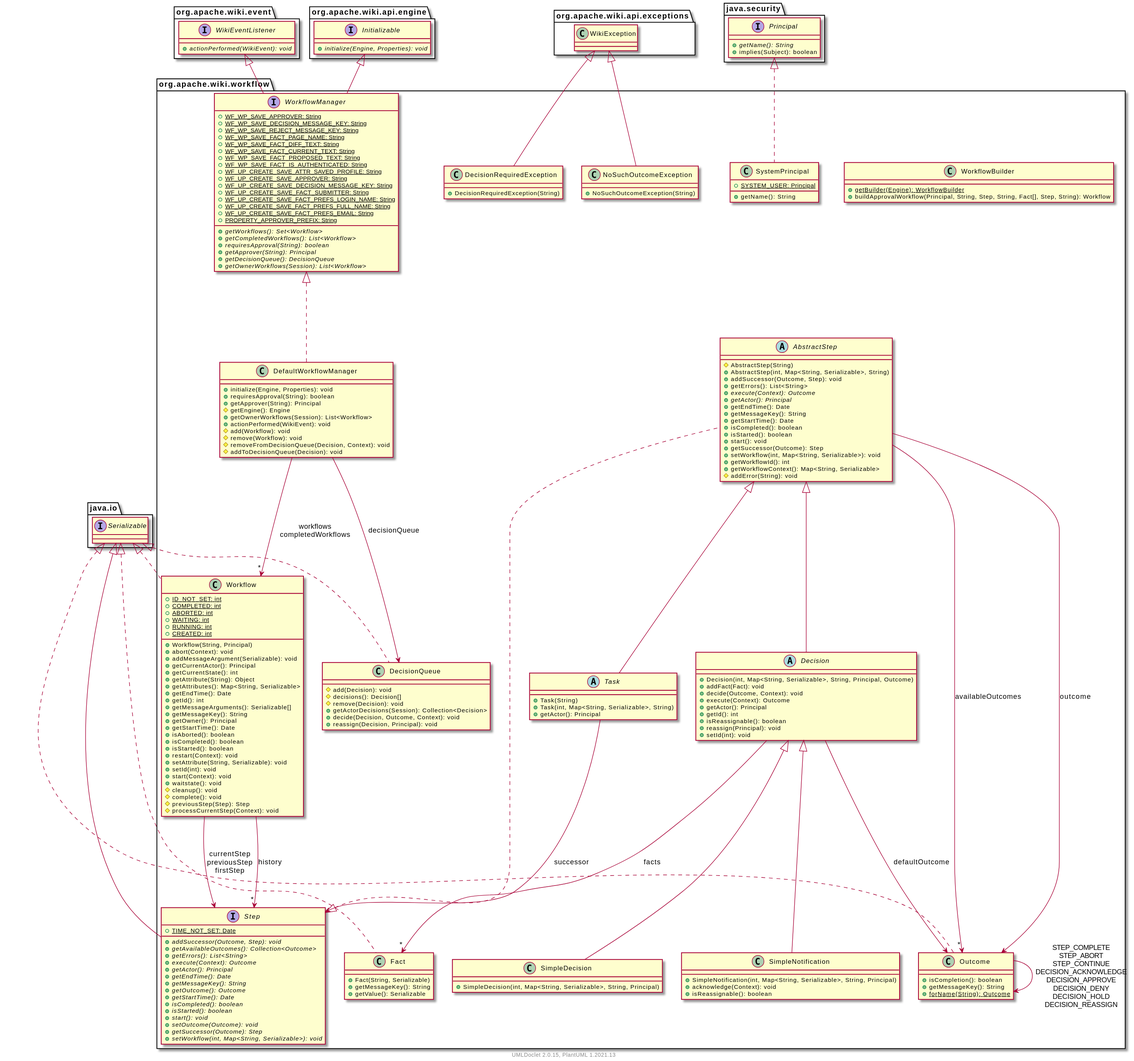
Above: apidocs/2.12.0-SNAPSHOT/org/apache/wiki/workflow/package.svg in apache/jspwiki-site (PlantUML), before the change.
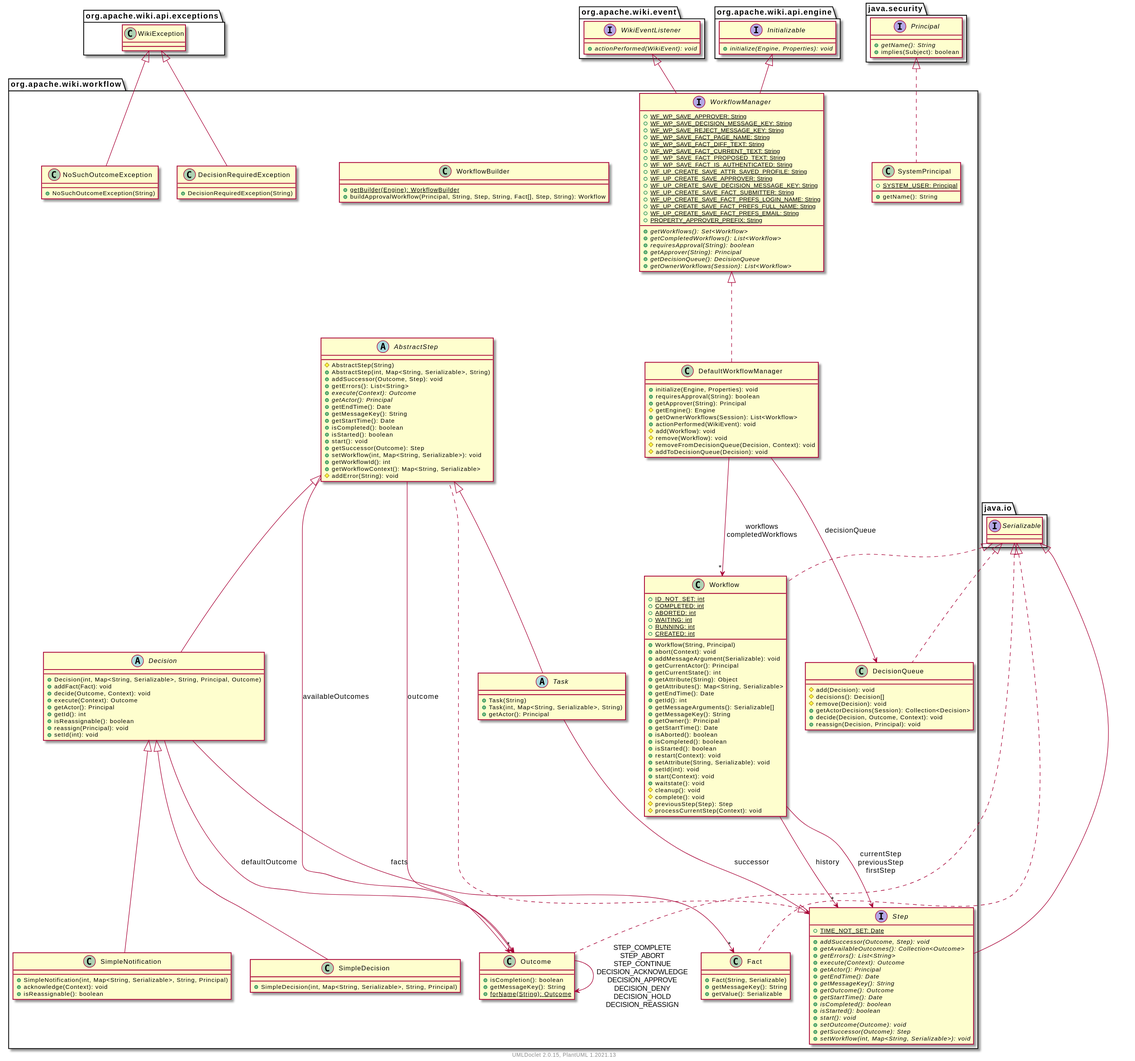
The same file after the commit.

The edit, as a diff of the source:
```diff
@@ -1,10 +1,5 @@
 @startuml
     namespace org.apache.wiki.workflow {
-
-        class WorkflowBuilder [[WorkflowBuilder.html]] {
-            {static} +getBuilder(Engine): WorkflowBuilder
-            +buildApprovalWorkflow(Principal, String, Step, String, Fact[], Step, String): Workflow
-        }
 
         abstract class AbstractStep [[AbstractStep.html]] {
             #AbstractStep(String)
@@ -26,35 +21,14 @@
             #addError(String): void
         }
 
-        class SimpleDecision [[SimpleDecision.html]] {
-            +SimpleDecision(int, Map<String, Serializable>, String, Principal)
+        class Fact [[Fact.html]] {
+            +Fact(String, Serializable)
+            +getMessageKey(): String
+            +getValue(): Serializable
         }
 
-        class DecisionQueue [[DecisionQueue.html]] {
-            #add(Decision): void
-            #decisions(): Decision[]
-            #remove(Decision): void
-            +getActorDecisions(Session): Collection<Decision>
-            +decide(Decision, Outcome, Context): void
-            +reassign(Decision, Principal): void
-        }
-
-        class Outcome [[Outcome.html]] {
-            +isCompletion(): boolean
-            +getMessageKey(): String
-            {static} +forName(String): Outcome
-        }
-
-        abstract class Decision [[Decision.html]] {
-            +Decision(int, Map<String, Serializable>, String, Principal, Outcome)
-            +addFact(Fact): void
-            +decide(Outcome, Context): void
-            +execute(Context): Outcome
-            +getActor(): Principal
-            +getId(): int
-            +isReassignable(): boolean
-            +reassign(Principal): void
-            +setId(int): void
+        class DecisionRequiredException [[DecisionRequiredException.html]] {
+            +DecisionRequiredException(String)
         }
 
         interface WorkflowManager [[WorkflowManager.html]] {
@@ -82,10 +56,9 @@
             {abstract} +getOwnerWorkflows(Session): List<Workflow>
         }
 
-        class SimpleNotification [[SimpleNotification.html]] {
-            +SimpleNotification(int, Map<String, Serializable>, String, Principal)
-            +acknowledge(Context): void
-            +isReassignable(): boolean
+        class WorkflowBuilder [[WorkflowBuilder.html]] {
+            {static} +getBuilder(Engine): WorkflowBuilder
+            +buildApprovalWorkflow(Principal, String, Step, String, Fact[], Step, String): Workflow
         }
 
         class DefaultWorkflowManager [[DefaultWorkflowManager.html]] {
@@ -99,6 +72,71 @@
             #remove(Workflow): void
             #removeFromDecisionQueue(Decision, Context): void
             #addToDecisionQueue(Decision): void
+        }
+
+        class SimpleDecision [[SimpleDecision.html]] {
+            +SimpleDecision(int, Map<String, Serializable>, String, Principal)
+        }
+
+        abstract class Task [[Task.html]] {
+            +Task(String)
+            +Task(int, Map<String, Serializable>, String)
+            +getActor(): Principal
+        }
+
+        class SimpleNotification [[SimpleNotification.html]] {
+            +SimpleNotification(int, Map<String, Serializable>, String, Principal)
+            +acknowledge(Context): void
+            +isReassignable(): boolean
+        }
+
+        class DecisionQueue [[DecisionQueue.html]] {
+            #add(Decision): void
+            #decisions(): Decision[]
+            #remove(Decision): void
+            +getActorDecisions(Session): Collection<Decision>
+            +decide(Decision, Outcome, Context): void
+            +reassign(Decision, Principal): void
+        }
+
+        abstract class Decision [[Decision.html]] {
+            +Decision(int, Map<String, Serializable>, String, Principal, Outcome)
+            +addFact(Fact): void
+            +decide(Outcome, Context): void
+            +execute(Context): Outcome
+            +getActor(): Principal
+            +getId(): int
+            +isReassignable(): boolean
+            +reassign(Principal): void
+            +setId(int): void
+        }
+
+        class NoSuchOutcomeException [[NoSuchOutcomeException.html]] {
+            +NoSuchOutcomeException(String)
+        }
+
+        class SystemPrincipal [[SystemPrincipal.html]] {
+            {static} +SYSTEM_USER: Principal
+            +getName(): String
+        }
+
+        interface Step [[Step.html]] {
+            {static} +TIME_NOT_SET: Date
+            {abstract} +addSuccessor(Outcome, Step): void
+            {abstract} +getAvailableOutcomes(): Collection<Outcome>
+            {abstract} +getErrors(): List<String>
+            {abstract} +execute(Context): Outcome
+            {abstract} +getActor(): Principal
+            {abstract} +getEndTime(): Date
+            {abstract} +getMessageKey(): String
+            {abstract} +getOutcome(): Outcome
+            {abstract} +getStartTime(): Date
+            {abstract} +isCompleted(): boolean
+            {abstract} +isStarted(): boolean
+            {abstract} +start(): void
+            {abstract} +setOutcome(Outcome): void
+            {abstract} +getSuccessor(Outcome): Step
+            {abstract} +setWorkflow(int, Map<String, Serializable>): void
         }
 
         class Workflow [[Workflow.html]] {
@@ -135,80 +173,47 @@
             #processCurrentStep(Context): void
         }
 
-        class NoSuchOutcomeException [[NoSuchOutcomeException.html]] {
-            +NoSuchOutcomeException(String)
-        }
-
-        interface Step [[Step.html]] {
-            {static} +TIME_NOT_SET: Date
-            {abstract} +addSuccessor(Outcome, Step): void
-            {abstract} +getAvailableOutcomes(): Collection<Outcome>
-            {abstract} +getErrors(): List<String>
-            {abstract} +execute(Context): Outcome
-            {abstract} +getActor(): Principal
-            {abstract} +getEndTime(): Date
-            {abstract} +getMessageKey(): String
-            {abstract} +getOutcome(): Outcome
-            {abstract} +getStartTime(): Date
-            {abstract} +isCompleted(): boolean
-            {abstract} +isStarted(): boolean
-            {abstract} +start(): void
-            {abstract} +setOutcome(Outcome): void
-            {abstract} +getSuccessor(Outcome): Step
-            {abstract} +setWorkflow(int, Map<String, Serializable>): void
-        }
-
-        abstract class Task [[Task.html]] {
-            +Task(String)
-            +Task(int, Map<String, Serializable>, String)
-            +getActor(): Principal
-        }
-
-        class DecisionRequiredException [[DecisionRequiredException.html]] {
-            +DecisionRequiredException(String)
-        }
-
-        class Fact [[Fact.html]] {
-            +Fact(String, Serializable)
+        class Outcome [[Outcome.html]] {
+            +isCompletion(): boolean
             +getMessageKey(): String
-            +getValue(): Serializable
-        }
-
-        class SystemPrincipal [[SystemPrincipal.html]] {
-            {static} +SYSTEM_USER: Principal
-            +getName(): String
+            {static} +forName(String): Outcome
         }
 
         Step <|.. AbstractStep
         AbstractStep --> "*" Outcome: availableOutcomes
         AbstractStep --> Outcome: outcome
+        java.io.Serializable <|.. Fact
+        org.apache.wiki.api.exceptions.WikiException <|-- DecisionRequiredException
+        org.apache.wiki.event.WikiEventListener <|-- WorkflowManager
+        org.apache.wiki.api.engine.Initializable <|-- WorkflowManager
+        WorkflowManager <|.. DefaultWorkflowManager
+        DefaultWorkflowManager --> "*" Workflow: workflows\ncompletedWorkflows
+        DefaultWorkflowManager --> DecisionQueue: decisionQueue
         Decision <|-- SimpleDecision
+        AbstractStep <|-- Task
+        Task --> Step: successor
+        Decision <|-- SimpleNotification
         java.io.Serializable <|.. DecisionQueue
-        java.io.Serializable <|.. Outcome
-        Outcome --> Outcome: STEP_COMPLETE\nSTEP_ABORT\nSTEP_CONTINUE\nDECISION_ACKNOWLEDGE\nDECISION_APPROVE\nDECISION_DENY\nDECISION_HOLD\nDECISION_REASSIGN
         AbstractStep <|-- Decision
         Decision --> Outcome: defaultOutcome
         Decision --> "*" Fact: facts
-        org.apache.wiki.event.WikiEventListener <|-- WorkflowManager
-        org.apache.wiki.api.engine.Initializable <|-- WorkflowManager
-        Decision <|-- SimpleNotification
-        WorkflowManager <|.. DefaultWorkflowManager
-        DefaultWorkflowManager --> "*" Workflow: workflows\ncompletedWorkflows
-        DefaultWorkflowManager --> DecisionQueue: decisionQueue
+        org.apache.wiki.api.exceptions.WikiException <|-- NoSuchOutcomeException
+        java.security.Principal <|.. SystemPrincipal
+        java.io.Serializable <|-- Step
         java.io.Serializable <|.. Workflow
         Workflow --> "*" Step: history
         Workflow --> Step: currentStep\npreviousStep\nfirstStep
-        org.apache.wiki.api.exceptions.WikiException <|-- NoSuchOutcomeException
-        java.io.Serializable <|-- Step
-        AbstractStep <|-- Task
-        Task --> Step: successor
-        org.apache.wiki.api.exceptions.WikiException <|-- DecisionRequiredException
-        java.io.Serializable <|.. Fact
-        java.security.Principal <|.. SystemPrincipal
+        java.io.Serializable <|.. Outcome
+        Outcome --> Outcome: STEP_COMPLETE\nSTEP_ABORT\nSTEP_CONTINUE\nDECISION_ACKNOWLEDGE\nDECISION_APPROVE\nDECISION_DENY\nDECISION_HOLD\nDECISION_REASSIGN
     }
 
     namespace java.io {
         interface Serializable
+    }
+
+    namespace org.apache.wiki.api.exceptions {
+        class WikiException [[../api/exceptions/WikiException.html]] {
+        }
     }
 
     namespace org.apache.wiki.event {
@@ -223,11 +228,6 @@
         }
     }
 
-    namespace org.apache.wiki.api.exceptions {
-        class WikiException [[../api/exceptions/WikiException.html]] {
-        }
-    }
-
     namespace java.security {
         interface Principal {
             {abstract} +getName(): String
```
